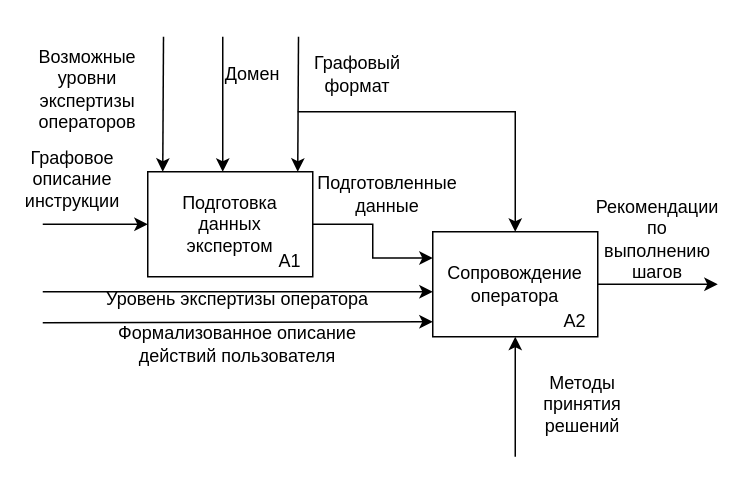
The draw.io diagram slides/assets/idef0_x.drawio in Jarozin/diplom, before the edit. Source tidied: cells renumbered, new cells numbered last; positions are measured from the earlier drawing's top-left corner, leaving out a move shared by most shapes. Both pictures are drawn from the tidied source at 150%, with x=0, y=0 at pixel (27, 36).
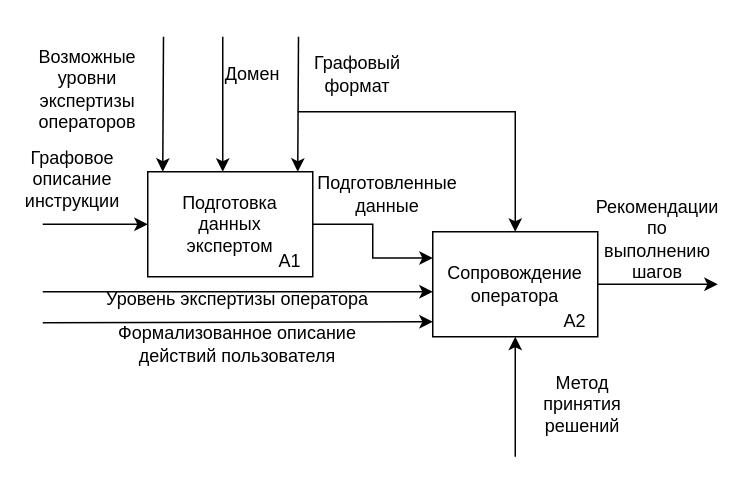
After the change.

Change to the diagram source:
```diff
@@
-    <mxCell id="28" value="Методы принятия решений" style="text;html=1;align=center;verticalAlign=middle;whiteSpace=wrap;rounded=0;" parent="1" vertex="1">
+    <mxCell id="28" value="Метод принятия решений" style="text;html=1;align=center;verticalAlign=middle;whiteSpace=wrap;rounded=0;" parent="1" vertex="1">
       <mxGeometry x="340" y="230" width="60" height="30" as="geometry" />
     </mxCell>
```
